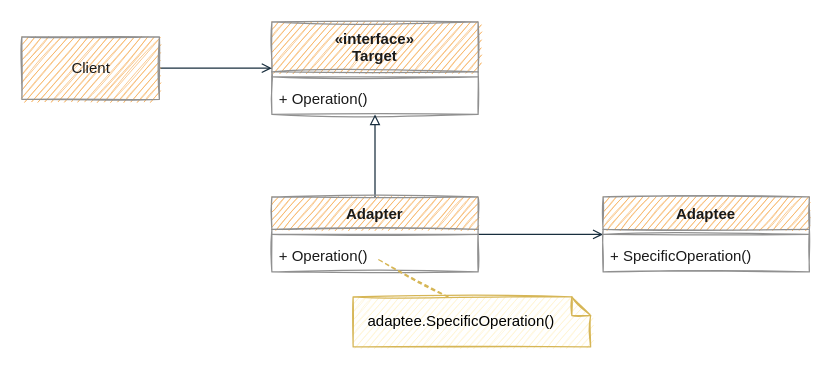
This is page "Adapter" (1 of 5) of images/design pattern class diagram.drawio from Yu-Qiao-Hong/Yu-Qiao-Hong.github.io, a draw.io file, before an edit. Source tidied: cells renumbered, new cells numbered last; positions are measured from the earlier drawing's top-left corner, leaving out a move shared by most shapes. Both pictures are drawn from the tidied source at 125%, with x=0, y=0 at pixel (21, 21).
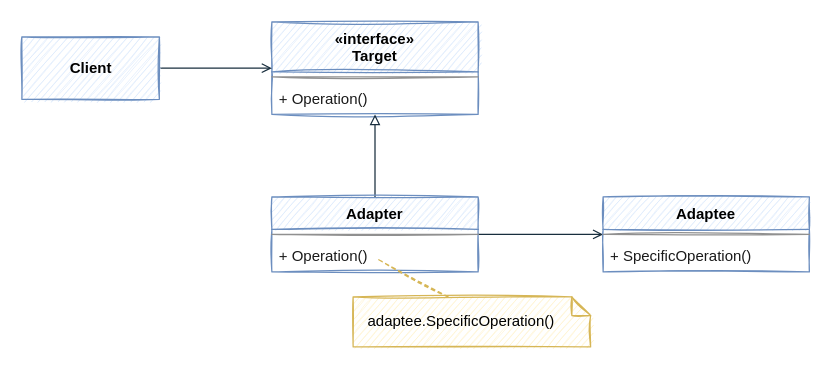
The same page after the edit.

The edit, as a diff of the source:
```diff
@@
 <mxGraphModel>
   <root>
     <mxCell id="0" />
     <mxCell id="1" parent="0" />
-    <mxCell id="2" value="«interface»&#10;Target" style="swimlane;fontStyle=1;align=center;verticalAlign=top;horizontal=1;startSize=40;rounded=0;sketch=1;fillColor=#F5AB50;strokeColor=#909090;fontColor=#1A1A1A;" parent="1" vertex="1">
+    <mxCell id="2" value="«interface»&#10;Target" style="swimlane;fontStyle=1;align=center;verticalAlign=top;horizontal=1;startSize=40;rounded=0;sketch=1;fillColor=#dae8fc;strokeColor=#6c8ebf;" parent="1" vertex="1">
       <mxGeometry x="200" width="165" height="74" as="geometry" />
     </mxCell>
     <mxCell id="3" style="line;strokeWidth=1;fillColor=none;align=left;verticalAlign=middle;spacingTop=-1;spacingLeft=3;spacingRight=3;labelPosition=right;rounded=0;sketch=1;labelBackgroundColor=#EEEEEE;strokeColor=#909090;fontColor=#1A1A1A;" parent="2" vertex="1">
       <mxGeometry y="40" width="165" height="8" as="geometry" />
     </mxCell>
     <mxCell id="4" value="+ Operation()" style="text;strokeColor=none;fillColor=none;align=left;verticalAlign=top;spacingLeft=4;spacingRight=4;overflow=hidden;rounded=0;sketch=1;fontColor=#1A1A1A;" parent="2" vertex="1">
       <mxGeometry y="48" width="165" height="26" as="geometry" />
     </mxCell>
     <mxCell id="5" style="edgeStyle=orthogonalEdgeStyle;rounded=0;jettySize=auto;html=1;endArrow=block;endFill=0;labelBackgroundColor=#EEEEEE;strokeColor=#182E3E;fontColor=#1A1A1A;" parent="1" edge="1" source="7" target="2">
       <mxGeometry relative="1" as="geometry" />
     </mxCell>
     <mxCell id="6" style="edgeStyle=orthogonalEdgeStyle;rounded=0;jettySize=auto;html=1;fontColor=#1A1A1A;strokeColor=#182E3E;endArrow=open;endFill=0;" parent="1" edge="1" source="7" target="12">
       <mxGeometry relative="1" as="geometry" />
     </mxCell>
-    <mxCell id="7" value="Adapter" style="swimlane;fontStyle=1;align=center;verticalAlign=top;horizontal=1;startSize=26;rounded=0;sketch=1;fillColor=#F5AB50;strokeColor=#909090;fontColor=#1A1A1A;" parent="1" vertex="1">
+    <mxCell id="7" value="Adapter" style="swimlane;fontStyle=1;align=center;verticalAlign=top;horizontal=1;startSize=26;rounded=0;sketch=1;fillColor=#dae8fc;strokeColor=#6c8ebf;" parent="1" vertex="1">
       <mxGeometry x="200" y="140" width="165" height="60" as="geometry" />
     </mxCell>
     <mxCell id="8" style="line;strokeWidth=1;fillColor=none;align=left;verticalAlign=middle;spacingTop=-1;spacingLeft=3;spacingRight=3;labelPosition=right;rounded=0;sketch=1;labelBackgroundColor=#EEEEEE;strokeColor=#909090;fontColor=#1A1A1A;" parent="7" vertex="1">
       <mxGeometry y="26" width="165" height="8" as="geometry" />
     </mxCell>
     <mxCell id="9" value="+ Operation()" style="text;strokeColor=none;fillColor=none;align=left;verticalAlign=top;spacingLeft=4;spacingRight=4;overflow=hidden;rounded=0;sketch=1;fontColor=#1A1A1A;" parent="7" vertex="1">
       <mxGeometry y="34" width="165" height="26" as="geometry" />
     </mxCell>
     <mxCell id="10" style="edgeStyle=orthogonalEdgeStyle;rounded=0;jettySize=auto;html=1;startArrow=none;startFill=0;endArrow=open;endFill=0;labelBackgroundColor=#EEEEEE;strokeColor=#182E3E;fontColor=#1A1A1A;" parent="1" edge="1" source="11" target="2">
       <mxGeometry relative="1" as="geometry" />
     </mxCell>
-    <mxCell id="11" value="Client" style="html=1;rounded=0;sketch=1;fillColor=#F5AB50;strokeColor=#909090;fontColor=#1A1A1A;" parent="1" vertex="1">
+    <mxCell id="11" value="&lt;b&gt;Client&lt;/b&gt;" style="html=1;rounded=0;sketch=1;fillColor=#dae8fc;strokeColor=#6c8ebf;" parent="1" vertex="1">
       <mxGeometry y="12" width="110" height="50" as="geometry" />
     </mxCell>
-    <mxCell id="12" value="Adaptee" style="swimlane;fontStyle=1;align=center;verticalAlign=top;horizontal=1;startSize=26;rounded=0;sketch=1;fillColor=#F5AB50;strokeColor=#909090;fontColor=#1A1A1A;" parent="1" vertex="1">
+    <mxCell id="12" value="Adaptee" style="swimlane;fontStyle=1;align=center;verticalAlign=top;horizontal=1;startSize=26;rounded=0;sketch=1;fillColor=#dae8fc;strokeColor=#6c8ebf;" parent="1" vertex="1">
       <mxGeometry x="465" y="140" width="165" height="60" as="geometry" />
     </mxCell>
     <mxCell id="13" style="line;strokeWidth=1;fillColor=none;align=left;verticalAlign=middle;spacingTop=-1;spacingLeft=3;spacingRight=3;labelPosition=right;rounded=0;sketch=1;labelBackgroundColor=#EEEEEE;strokeColor=#909090;fontColor=#1A1A1A;" parent="12" vertex="1">
       <mxGeometry y="26" width="165" height="8" as="geometry" />
     </mxCell>
     <mxCell id="14" value="+ SpecificOperation()" style="text;strokeColor=none;fillColor=none;align=left;verticalAlign=top;spacingLeft=4;spacingRight=4;overflow=hidden;rounded=0;sketch=1;fontColor=#1A1A1A;" parent="12" vertex="1">
       <mxGeometry y="34" width="165" height="26" as="geometry" />
     </mxCell>
     <mxCell id="15" value="adaptee.SpecificOperation()" style="shape=note;size=15;align=left;spacingLeft=10;html=1;whiteSpace=wrap;rounded=0;sketch=1;strokeColor=#d6b656;fillColor=#fff2cc;" parent="1" vertex="1">
       <mxGeometry x="265" y="220" width="190" height="40" as="geometry" />
     </mxCell>
     <mxCell id="16" style="edgeStyle=none;endArrow=none;exitX=0.4;exitY=0;dashed=1;html=1;rounded=1;sketch=1;fontColor=#1A1A1A;strokeColor=#d6b656;curved=0;fillColor=#fff2cc;" parent="1" edge="1" source="15">
       <mxGeometry x="1" relative="1" as="geometry">
         <mxPoint x="285" y="190" as="targetPoint" />
       </mxGeometry>
     </mxCell>
   </root>
 </mxGraphModel>
```
